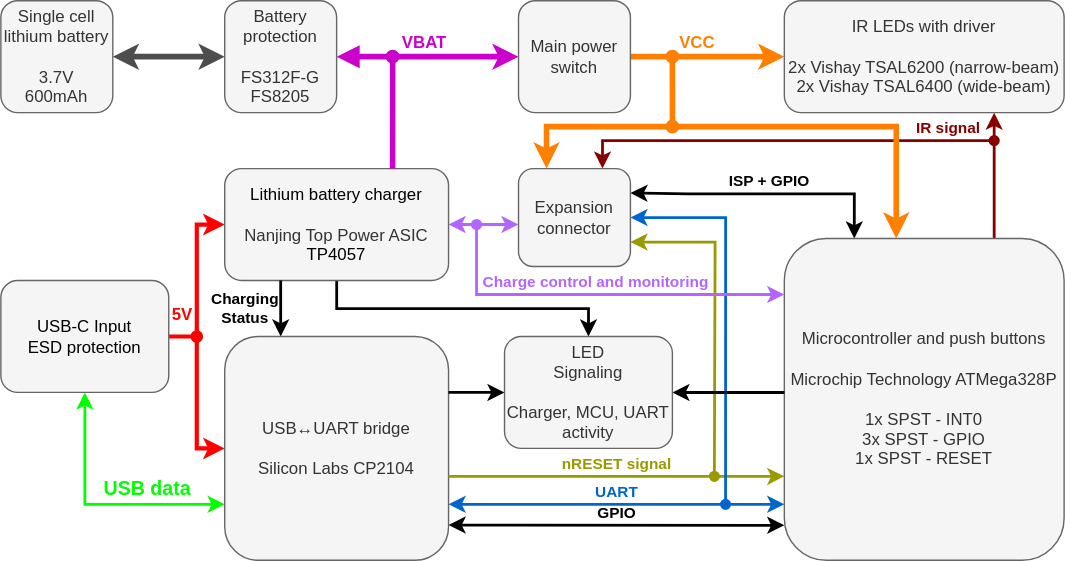
The draw.io diagram Schematic/BlockDiagramWithParts.svg in DjordjeMandic/Universal-IR-Blaster-TV-B-Gone, before a commit. Source tidied: cells renumbered, new cells last; positions are measured from the earlier drawing's top-left corner, leaving out a move shared by most shapes. Its diagram source:
```xml
<mxGraphModel background="#ffffff">
  <root>
    <mxCell id="0" style="html=1;" />
    <mxCell id="1" style="html=1;" parent="0" />
    <mxCell id="2" style="edgeStyle=orthogonalEdgeStyle;rounded=0;jettySize=auto;html=1;" parent="1" edge="1" source="6" target="12">
      <mxGeometry relative="1" as="geometry" />
    </mxCell>
    <mxCell id="3" style="edgeStyle=orthogonalEdgeStyle;rounded=0;jettySize=auto;html=1;strokeColor=#FF0000;strokeWidth=3;" parent="1" edge="1" source="6" target="10">
      <mxGeometry relative="1" as="geometry" />
    </mxCell>
    <mxCell id="4" style="edgeStyle=orthogonalEdgeStyle;rounded=0;jettySize=auto;html=1;strokeWidth=3;strokeColor=#FF0000;exitX=0.667;exitY=1;exitDx=0;exitDy=0;exitPerimeter=0;startArrow=oval;startFill=1;" parent="1" edge="1" source="30" target="12">
      <mxGeometry relative="1" as="geometry">
        <Array as="points">
          <mxPoint x="140" y="320" />
        </Array>
      </mxGeometry>
    </mxCell>
    <mxCell id="5" style="edgeStyle=orthogonalEdgeStyle;rounded=0;jettySize=auto;html=1;entryX=0;entryY=0.75;entryDx=0;entryDy=0;strokeWidth=2;strokeColor=#00FF00;startArrow=classic;startFill=1;" parent="1" edge="1" source="6" target="12">
      <mxGeometry relative="1" as="geometry">
        <Array as="points">
          <mxPoint x="60" y="360" />
        </Array>
      </mxGeometry>
    </mxCell>
    <mxCell id="6" value="&lt;font color=&quot;#000000&quot;&gt;USB-C Input&lt;br&gt;ESD protection&lt;br&gt;&lt;/font&gt;" style="rounded=1;whiteSpace=wrap;html=1;fillColor=#f5f5f5;strokeColor=#666666;shadow=0;glass=0;fontColor=#333333;" parent="1" vertex="1">
      <mxGeometry y="200" width="120" height="80" as="geometry" />
    </mxCell>
    <mxCell id="7" style="edgeStyle=orthogonalEdgeStyle;rounded=0;jettySize=auto;html=1;exitX=1;exitY=0.5;exitDx=0;exitDy=0;entryX=0;entryY=0.5;entryDx=0;entryDy=0;strokeWidth=4;strokeColor=#CC00CC;startArrow=block;startFill=1;" parent="1" edge="1" source="14" target="16">
      <mxGeometry relative="1" as="geometry" />
    </mxCell>
    <mxCell id="8" style="edgeStyle=orthogonalEdgeStyle;rounded=0;jettySize=auto;html=1;entryX=0;entryY=0.571;entryDx=0;entryDy=0;strokeWidth=2;strokeColor=#B266FF;startArrow=classic;startFill=1;entryPerimeter=0;" parent="1" edge="1" source="10" target="24">
      <mxGeometry relative="1" as="geometry" />
    </mxCell>
    <mxCell id="9" style="edgeStyle=orthogonalEdgeStyle;rounded=0;jettySize=auto;html=1;entryX=0.5;entryY=0;entryDx=0;entryDy=0;strokeWidth=2;strokeColor=#000000;" parent="1" edge="1" source="10" target="28">
      <mxGeometry relative="1" as="geometry">
        <Array as="points">
          <mxPoint x="240" y="220" />
          <mxPoint x="420" y="220" />
        </Array>
      </mxGeometry>
    </mxCell>
    <mxCell id="10" value="&lt;font color=&quot;#000000&quot;&gt;Lithium battery charger&lt;br&gt;&lt;br&gt;&lt;/font&gt;Nanjing Top Power ASIC&lt;br&gt;&lt;font color=&quot;#000000&quot;&gt;TP4057&lt;br&gt;&lt;/font&gt;" style="rounded=1;whiteSpace=wrap;html=1;fillColor=#f5f5f5;strokeColor=#666666;shadow=0;glass=0;fontColor=#333333;" parent="1" vertex="1">
      <mxGeometry x="160" y="120" width="160" height="80" as="geometry" />
    </mxCell>
    <mxCell id="11" value="Charging&lt;br&gt;&lt;div style=&quot;text-align: center;&quot;&gt;Status&lt;/div&gt;" style="edgeStyle=orthogonalEdgeStyle;rounded=0;jettySize=auto;exitX=0.25;exitY=0;exitDx=0;exitDy=0;entryX=0.25;entryY=1;entryDx=0;entryDy=0;strokeColor=#000000;startArrow=classic;startFill=1;labelBorderColor=none;labelBackgroundColor=none;fontColor=#000000;labelPosition=left;verticalLabelPosition=middle;align=right;verticalAlign=middle;html=1;strokeWidth=2;endArrow=none;endFill=0;fontStyle=1;" parent="1" edge="1" source="12" target="10">
      <mxGeometry relative="1" as="geometry" />
    </mxCell>
    <mxCell id="12" value="USB↔UART bridge&lt;br&gt;&lt;br&gt;Silicon Labs CP2104" style="rounded=1;whiteSpace=wrap;html=1;fillColor=#f5f5f5;fontColor=#333333;strokeColor=#666666;" parent="1" vertex="1">
      <mxGeometry x="160" y="240" width="160" height="160" as="geometry" />
    </mxCell>
    <mxCell id="13" style="edgeStyle=orthogonalEdgeStyle;rounded=0;jettySize=auto;html=1;entryX=0.75;entryY=0;entryDx=0;entryDy=0;strokeWidth=4;strokeColor=#CC00CC;startArrow=oval;startFill=1;endArrow=none;endFill=0;" parent="1" edge="1" target="10">
      <mxGeometry relative="1" as="geometry">
        <mxPoint x="280" y="40" as="sourcePoint" />
        <Array as="points">
          <mxPoint x="280" y="50" />
        </Array>
      </mxGeometry>
    </mxCell>
    <mxCell id="14" value="Battery protection&lt;br&gt;&lt;br&gt;FS312F-G&lt;br&gt;FS8205" style="rounded=1;whiteSpace=wrap;html=1;fillColor=#f5f5f5;fontColor=#333333;strokeColor=#666666;" parent="1" vertex="1">
      <mxGeometry x="160" width="80" height="80" as="geometry" />
    </mxCell>
    <mxCell id="15" style="edgeStyle=orthogonalEdgeStyle;rounded=0;jettySize=auto;html=1;exitX=1;exitY=0.5;exitDx=0;exitDy=0;entryX=0;entryY=0.5;entryDx=0;entryDy=0;strokeWidth=4;strokeColor=#FF8000;" parent="1" edge="1" source="16" target="25">
      <mxGeometry relative="1" as="geometry" />
    </mxCell>
    <mxCell id="16" value="Main power switch" style="rounded=1;whiteSpace=wrap;html=1;fillColor=#f5f5f5;fontColor=#333333;strokeColor=#666666;" parent="1" vertex="1">
      <mxGeometry x="370" width="80" height="80" as="geometry" />
    </mxCell>
    <mxCell id="17" value="IR сигнал" style="edgeStyle=orthogonalEdgeStyle;rounded=0;jettySize=auto;html=1;entryX=0.75;entryY=1;entryDx=0;entryDy=0;strokeWidth=2;strokeColor=#870000;exitX=0.75;exitY=0;exitDx=0;exitDy=0;labelBackgroundColor=none;fontColor=none;fontStyle=1;labelPosition=left;verticalLabelPosition=middle;align=left;verticalAlign=middle;noLabel=1;" parent="1" edge="1" source="20" target="25">
      <mxGeometry x="-0.01" relative="1" as="geometry" />
    </mxCell>
    <mxCell id="18" value="&lt;b&gt;nRESET signal&lt;/b&gt;" style="edgeStyle=orthogonalEdgeStyle;rounded=0;orthogonalLoop=1;jettySize=auto;html=1;strokeWidth=2;endArrow=none;endFill=0;startArrow=classic;startFill=1;strokeColor=#999900;fontColor=#999900;labelBackgroundColor=none;labelPosition=center;verticalLabelPosition=top;align=center;verticalAlign=bottom;" parent="1" edge="1">
      <mxGeometry relative="1" as="geometry">
        <mxPoint x="560" y="340" as="sourcePoint" />
        <mxPoint x="320" y="340" as="targetPoint" />
        <Array as="points">
          <mxPoint x="550" y="340" />
          <mxPoint x="550" y="340" />
        </Array>
      </mxGeometry>
    </mxCell>
    <mxCell id="19" value="ISP + GPIO" style="edgeStyle=orthogonalEdgeStyle;rounded=0;jettySize=auto;html=1;exitX=0.25;exitY=0;exitDx=0;exitDy=0;entryX=1;entryY=0.25;entryDx=0;entryDy=0;labelBackgroundColor=none;strokeColor=#000000;strokeWidth=2;startArrow=classic;startFill=1;fontColor=#000000;labelPosition=center;verticalLabelPosition=top;align=center;verticalAlign=bottom;fontStyle=1;" parent="1" edge="1" source="20" target="24">
      <mxGeometry x="-0.03" relative="1" as="geometry">
        <Array as="points">
          <mxPoint x="610" y="138" />
          <mxPoint x="491" y="138" />
        </Array>
      </mxGeometry>
    </mxCell>
    <mxCell id="20" value="Microcontroller and push buttons&lt;br&gt;&lt;br&gt;Microchip Technology ATMega328P&lt;br&gt;&lt;br&gt;1x SPST - INT0&lt;br&gt;3x SPST - GPIO&lt;br&gt;1x SPST - RESET" style="rounded=1;whiteSpace=wrap;html=1;fillColor=#f5f5f5;fontColor=#333333;strokeColor=#666666;" parent="1" vertex="1">
      <mxGeometry x="560" y="170" width="200" height="230" as="geometry" />
    </mxCell>
    <mxCell id="21" style="edgeStyle=orthogonalEdgeStyle;rounded=0;orthogonalLoop=1;jettySize=auto;html=1;strokeWidth=2;strokeColor=#0066CC;startArrow=classic;startFill=1;endArrow=oval;endFill=1;" parent="1" edge="1">
      <mxGeometry relative="1" as="geometry">
        <mxPoint x="450" y="155" as="sourcePoint" />
        <mxPoint x="518" y="360" as="targetPoint" />
        <Array as="points">
          <mxPoint x="518" y="155" />
        </Array>
      </mxGeometry>
    </mxCell>
    <mxCell id="22" value="IR signal" style="edgeStyle=orthogonalEdgeStyle;rounded=0;jettySize=auto;html=1;fontColor=#870000;startArrow=classic;startFill=1;endArrow=oval;endFill=1;strokeWidth=2;strokeColor=#870000;labelBackgroundColor=none;fontStyle=1;labelPosition=center;verticalLabelPosition=top;align=center;verticalAlign=bottom;exitX=0.75;exitY=0;exitDx=0;exitDy=0;" parent="1" edge="1" source="24">
      <mxGeometry x="0.78" relative="1" as="geometry">
        <mxPoint x="710" y="100" as="targetPoint" />
        <Array as="points">
          <mxPoint x="430" y="100" />
        </Array>
      </mxGeometry>
    </mxCell>
    <mxCell id="23" style="edgeStyle=orthogonalEdgeStyle;rounded=0;jettySize=auto;html=1;exitX=1;exitY=0.75;exitDx=0;exitDy=0;startArrow=classic;startFill=1;endArrow=oval;endFill=1;strokeWidth=2;strokeColor=#999900;" parent="1" edge="1" source="24">
      <mxGeometry relative="1" as="geometry">
        <mxPoint x="510" y="340" as="targetPoint" />
      </mxGeometry>
    </mxCell>
    <mxCell id="24" value="Expansion connector" style="rounded=1;whiteSpace=wrap;html=1;fillColor=#f5f5f5;fontColor=#333333;strokeColor=#666666;" parent="1" vertex="1">
      <mxGeometry x="370" y="120" width="80" height="70" as="geometry" />
    </mxCell>
    <mxCell id="25" value="IR LEDs with driver&lt;br&gt;&lt;br&gt;2x Vishay TSAL6200 (narrow-beam)&lt;br&gt;2x Vishay TSAL6400 (wide-beam)" style="rounded=1;whiteSpace=wrap;html=1;fillColor=#f5f5f5;fontColor=#333333;strokeColor=#666666;" parent="1" vertex="1">
      <mxGeometry x="560" width="200" height="80" as="geometry" />
    </mxCell>
    <mxCell id="26" style="edgeStyle=orthogonalEdgeStyle;rounded=0;jettySize=auto;html=1;entryX=1;entryY=0.25;entryDx=0;entryDy=0;strokeColor=#000000;endArrow=none;endFill=0;startArrow=classic;startFill=1;strokeWidth=2;" parent="1" edge="1" source="28" target="12">
      <mxGeometry relative="1" as="geometry" />
    </mxCell>
    <mxCell id="27" style="edgeStyle=orthogonalEdgeStyle;rounded=0;jettySize=auto;html=1;strokeColor=#000000;strokeWidth=2;endArrow=none;endFill=0;startArrow=classic;startFill=1;" parent="1" edge="1" source="28">
      <mxGeometry relative="1" as="geometry">
        <mxPoint x="560" y="280" as="targetPoint" />
        <Array as="points">
          <mxPoint x="560" y="280" />
        </Array>
      </mxGeometry>
    </mxCell>
    <mxCell id="28" value="LED&lt;br&gt;Signaling&lt;br&gt;&lt;br&gt;Charger, MCU, UART activity" style="rounded=1;whiteSpace=wrap;html=1;fillColor=#f5f5f5;fontColor=#333333;strokeColor=#666666;" parent="1" vertex="1">
      <mxGeometry x="360" y="240" width="120" height="80" as="geometry" />
    </mxCell>
    <mxCell id="29" value="&lt;font color=&quot;#00ff00&quot;&gt;&lt;b style=&quot;font-size: 14px;&quot;&gt;USB data&lt;/b&gt;&lt;/font&gt;" style="text;strokeColor=none;align=center;fillColor=none;html=1;verticalAlign=bottom;whiteSpace=wrap;rounded=0;labelPosition=center;verticalLabelPosition=top;" parent="1" vertex="1">
      <mxGeometry x="60" y="360" width="90" height="30" as="geometry" />
    </mxCell>
    <mxCell id="30" value="&lt;b&gt;&lt;font color=&quot;#ff0000&quot;&gt;5V&lt;/font&gt;&lt;/b&gt;" style="text;strokeColor=none;align=center;fillColor=none;html=1;verticalAlign=middle;whiteSpace=wrap;rounded=0;" parent="1" vertex="1">
      <mxGeometry x="100" y="210" width="60" height="30" as="geometry" />
    </mxCell>
    <mxCell id="31" value="&lt;b style=&quot;&quot;&gt;&lt;font color=&quot;#cc00cc&quot;&gt;VBAT&lt;/font&gt;&lt;/b&gt;" style="text;strokeColor=none;align=center;fillColor=none;html=1;verticalAlign=middle;whiteSpace=wrap;rounded=0;" parent="1" vertex="1">
      <mxGeometry x="273" y="15" width="60" height="30" as="geometry" />
    </mxCell>
    <mxCell id="32" style="edgeStyle=orthogonalEdgeStyle;rounded=0;jettySize=auto;html=1;strokeWidth=4;strokeColor=#FF8000;startArrow=oval;startFill=1;entryX=0.25;entryY=0;entryDx=0;entryDy=0;" parent="1" edge="1" target="24">
      <mxGeometry relative="1" as="geometry">
        <mxPoint x="480" y="40" as="sourcePoint" />
        <Array as="points">
          <mxPoint x="480" y="90" />
          <mxPoint x="390" y="90" />
        </Array>
      </mxGeometry>
    </mxCell>
    <mxCell id="33" value="&lt;b&gt;&lt;font color=&quot;#ff8000&quot;&gt;VCC&lt;/font&gt;&lt;/b&gt;" style="text;strokeColor=none;align=center;fillColor=none;html=1;verticalAlign=middle;whiteSpace=wrap;rounded=0;" parent="1" vertex="1">
      <mxGeometry x="468" y="15" width="60" height="30" as="geometry" />
    </mxCell>
    <mxCell id="34" style="edgeStyle=none;jettySize=auto;html=1;rounded=0;entryX=0.4;entryY=0;entryDx=0;entryDy=0;strokeWidth=4;strokeColor=#FF8000;startArrow=oval;startFill=1;entryPerimeter=0;" parent="1" edge="1" target="20">
      <mxGeometry relative="1" as="geometry">
        <mxPoint x="480" y="90" as="sourcePoint" />
        <Array as="points">
          <mxPoint x="570" y="90" />
          <mxPoint x="640" y="90" />
          <mxPoint x="640" y="150" />
        </Array>
      </mxGeometry>
    </mxCell>
    <mxCell id="35" value="UART" style="edgeStyle=none;orthogonalLoop=1;jettySize=auto;html=1;rounded=0;fontColor=#0066CC;strokeWidth=2;strokeColor=#0066CC;startArrow=classic;startFill=1;labelBackgroundColor=none;fontStyle=1;labelPosition=center;verticalLabelPosition=top;align=center;verticalAlign=bottom;" parent="1" edge="1">
      <mxGeometry relative="1" as="geometry">
        <mxPoint x="320" y="360" as="sourcePoint" />
        <mxPoint x="560" y="360" as="targetPoint" />
        <Array as="points">
          <mxPoint x="370" y="360" />
        </Array>
      </mxGeometry>
    </mxCell>
    <mxCell id="36" value="Charge control and monitoring" style="edgeStyle=none;jettySize=auto;html=1;rounded=0;strokeColor=#B266FF;strokeWidth=2;startArrow=oval;startFill=1;entryX=0;entryY=0.174;entryDx=0;entryDy=0;entryPerimeter=0;fontColor=#B266FF;labelBackgroundColor=none;labelPosition=center;verticalLabelPosition=top;align=center;verticalAlign=bottom;fontStyle=1;" parent="1" edge="1" target="20">
      <mxGeometry relative="1" as="geometry">
        <mxPoint x="340" y="160" as="sourcePoint" />
        <Array as="points">
          <mxPoint x="340" y="210" />
        </Array>
      </mxGeometry>
    </mxCell>
    <mxCell id="37" value="GPIO" style="edgeStyle=none;orthogonalLoop=1;jettySize=auto;html=1;rounded=0;strokeWidth=2;strokeColor=#000000;labelBackgroundColor=none;fontColor=#000000;labelPosition=center;verticalLabelPosition=top;align=center;verticalAlign=bottom;fontStyle=1;startArrow=classic;startFill=1;" parent="1" edge="1">
      <mxGeometry relative="1" as="geometry">
        <mxPoint x="320" y="374.8" as="sourcePoint" />
        <mxPoint x="560" y="375" as="targetPoint" />
      </mxGeometry>
    </mxCell>
    <mxCell id="38" style="edgeStyle=orthogonalEdgeStyle;rounded=0;jettySize=auto;html=1;entryX=0;entryY=0.5;entryDx=0;entryDy=0;strokeWidth=4;startArrow=classic;startFill=1;strokeColor=#4D4D4D;" parent="1" edge="1" source="39" target="14">
      <mxGeometry relative="1" as="geometry" />
    </mxCell>
    <mxCell id="39" value="Single cell lithium battery&lt;br&gt;&lt;br&gt;3.7V&lt;br&gt;600mAh" style="rounded=1;whiteSpace=wrap;html=1;fillColor=#f5f5f5;fontColor=#333333;strokeColor=#666666;" parent="1" vertex="1">
      <mxGeometry width="80" height="80" as="geometry" />
    </mxCell>
  </root>
</mxGraphModel>
```
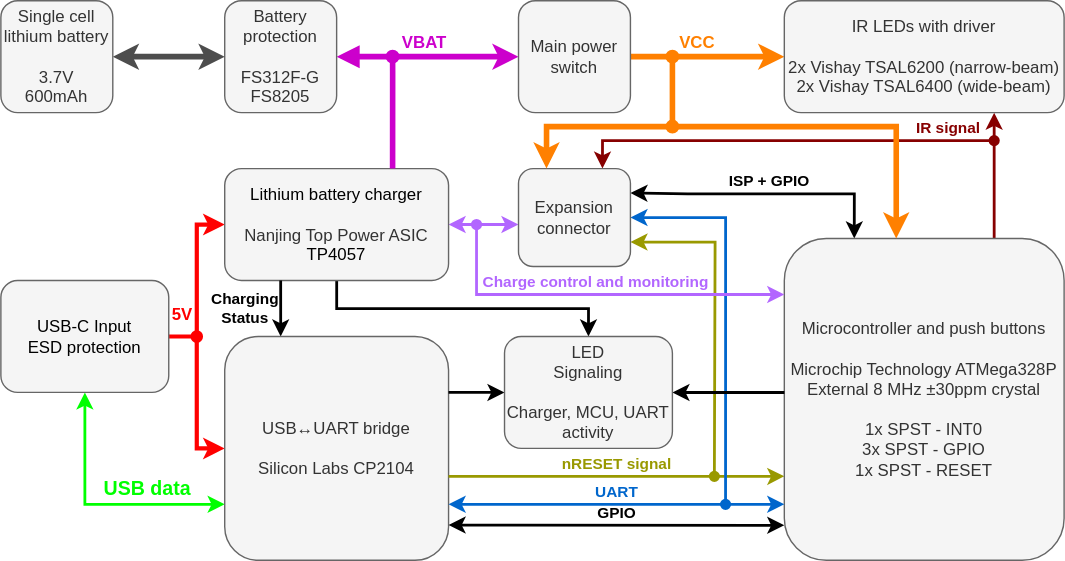
The same file after the commit.

The edit, as a diff of the source:
```diff
@@ -86,7 +86,7 @@
         </Array>
       </mxGeometry>
     </mxCell>
-    <mxCell id="20" value="Microcontroller and push buttons&lt;br&gt;&lt;br&gt;Microchip Technology ATMega328P&lt;br&gt;&lt;br&gt;1x SPST - INT0&lt;br&gt;3x SPST - GPIO&lt;br&gt;1x SPST - RESET" style="rounded=1;whiteSpace=wrap;html=1;fillColor=#f5f5f5;fontColor=#333333;strokeColor=#666666;" parent="1" vertex="1">
+    <mxCell id="20" value="Microcontroller and push buttons&lt;br&gt;&lt;br&gt;Microchip Technology ATMega328P&lt;br&gt;External 8 MHz&amp;nbsp;±30ppm crystal&lt;br&gt;&lt;br&gt;1x SPST - INT0&lt;br&gt;3x SPST - GPIO&lt;br&gt;1x SPST - RESET" style="rounded=1;whiteSpace=wrap;html=1;fillColor=#f5f5f5;fontColor=#333333;strokeColor=#666666;" parent="1" vertex="1">
       <mxGeometry x="560" y="170" width="200" height="230" as="geometry" />
     </mxCell>
     <mxCell id="21" style="edgeStyle=orthogonalEdgeStyle;rounded=0;orthogonalLoop=1;jettySize=auto;html=1;strokeWidth=2;strokeColor=#0066CC;startArrow=classic;startFill=1;endArrow=oval;endFill=1;" parent="1" edge="1">
```
